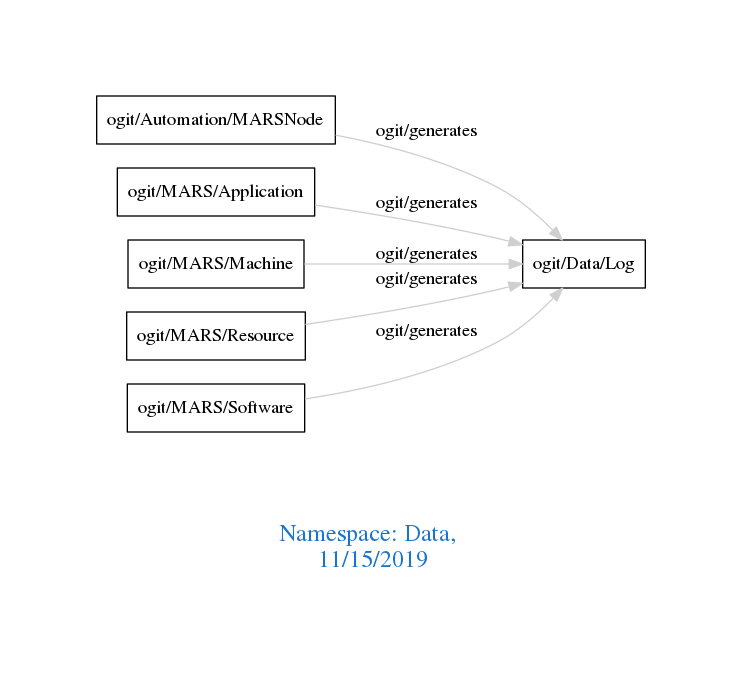
Above: downloads/Data.png in arago/OGIT (Graphviz), before the change. Its source is kept beside it as downloads/Data.dot.
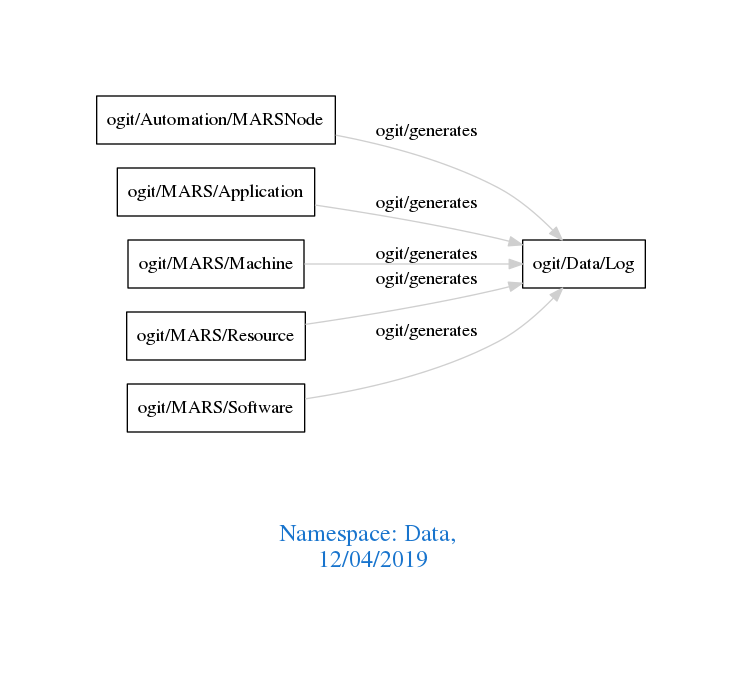
After the commit.

What changed in the source:
```diff
@@ -1,7 +1,7 @@
 digraph OGIT_ontology {
  graph [ rankdir= LR,pad=1
 fontsize = 18,
-fontcolor= dodgerblue3,label = "\n\n\nNamespace: Data, \n 11/15/2019"];
+fontcolor= dodgerblue3,label = "\n\n\nNamespace: Data, \n 12/04/2019"];
 node[shape=polygon];
 edge [  color="gray81"];
 
```
